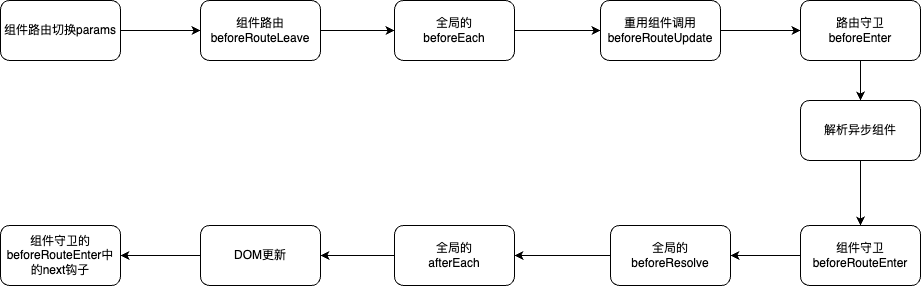
The draw.io diagram VueRouter:守卫执行顺序.drawio.png in JYbill/draw, before a commit. Source tidied: cells renumbered, new cells last; positions are measured from the earlier drawing's top-left corner, leaving out a move shared by most shapes. The source it was exported from:
```xml
<mxGraphModel>
  <root>
    <mxCell id="0" />
    <mxCell id="1" parent="0" />
    <mxCell id="2" style="edgeStyle=orthogonalEdgeStyle;rounded=0;jettySize=auto;html=1;exitX=1;exitY=0.5;exitDx=0;exitDy=0;entryX=0;entryY=0.5;entryDx=0;entryDy=0;" parent="1" edge="1" source="3" target="5">
      <mxGeometry relative="1" as="geometry" />
    </mxCell>
    <mxCell id="3" value="组件路由切换params" style="rounded=1;whiteSpace=wrap;html=1;" parent="1" vertex="1">
      <mxGeometry width="120" height="60" as="geometry" />
    </mxCell>
    <mxCell id="4" style="edgeStyle=orthogonalEdgeStyle;rounded=0;jettySize=auto;html=1;exitX=1;exitY=0.5;exitDx=0;exitDy=0;" parent="1" edge="1" source="5" target="7">
      <mxGeometry relative="1" as="geometry" />
    </mxCell>
    <mxCell id="5" value="组件路由beforeRouteLeave" style="rounded=1;whiteSpace=wrap;html=1;" parent="1" vertex="1">
      <mxGeometry x="200" width="120" height="60" as="geometry" />
    </mxCell>
    <mxCell id="6" style="edgeStyle=orthogonalEdgeStyle;rounded=0;jettySize=auto;html=1;exitX=1;exitY=0.5;exitDx=0;exitDy=0;entryX=0;entryY=0.5;entryDx=0;entryDy=0;" parent="1" edge="1" source="7" target="9">
      <mxGeometry relative="1" as="geometry" />
    </mxCell>
    <mxCell id="7" value="全局的&lt;br&gt;beforeEach" style="rounded=1;whiteSpace=wrap;html=1;" parent="1" vertex="1">
      <mxGeometry x="394" width="120" height="60" as="geometry" />
    </mxCell>
    <mxCell id="8" style="edgeStyle=orthogonalEdgeStyle;rounded=0;jettySize=auto;html=1;exitX=1;exitY=0.5;exitDx=0;exitDy=0;entryX=0;entryY=0.5;entryDx=0;entryDy=0;" parent="1" edge="1" source="9" target="11">
      <mxGeometry relative="1" as="geometry" />
    </mxCell>
    <mxCell id="9" value="重用组件调用&lt;br&gt;beforeRouteUpdate" style="rounded=1;whiteSpace=wrap;html=1;" parent="1" vertex="1">
      <mxGeometry x="600" width="120" height="60" as="geometry" />
    </mxCell>
    <mxCell id="10" style="edgeStyle=orthogonalEdgeStyle;rounded=0;jettySize=auto;html=1;exitX=0.5;exitY=1;exitDx=0;exitDy=0;" parent="1" edge="1" source="11" target="13">
      <mxGeometry relative="1" as="geometry" />
    </mxCell>
    <mxCell id="11" value="路由守卫&lt;br&gt;beforeEnter" style="rounded=1;whiteSpace=wrap;html=1;" parent="1" vertex="1">
      <mxGeometry x="800" width="120" height="60" as="geometry" />
    </mxCell>
    <mxCell id="12" style="edgeStyle=orthogonalEdgeStyle;rounded=0;jettySize=auto;html=1;exitX=0.5;exitY=1;exitDx=0;exitDy=0;entryX=0.5;entryY=0;entryDx=0;entryDy=0;" parent="1" edge="1" source="13" target="15">
      <mxGeometry relative="1" as="geometry" />
    </mxCell>
    <mxCell id="13" value="解析异步组件" style="rounded=1;whiteSpace=wrap;html=1;" parent="1" vertex="1">
      <mxGeometry x="800" y="100" width="120" height="60" as="geometry" />
    </mxCell>
    <mxCell id="14" style="edgeStyle=orthogonalEdgeStyle;rounded=0;jettySize=auto;html=1;exitX=0;exitY=0.5;exitDx=0;exitDy=0;" parent="1" edge="1" source="15" target="17">
      <mxGeometry relative="1" as="geometry" />
    </mxCell>
    <mxCell id="15" value="组件守卫&lt;br&gt;beforeRouteEnter" style="rounded=1;whiteSpace=wrap;html=1;" parent="1" vertex="1">
      <mxGeometry x="800" y="225" width="120" height="60" as="geometry" />
    </mxCell>
    <mxCell id="16" style="edgeStyle=orthogonalEdgeStyle;rounded=0;jettySize=auto;html=1;exitX=0;exitY=0.5;exitDx=0;exitDy=0;" parent="1" edge="1" source="17" target="19">
      <mxGeometry relative="1" as="geometry" />
    </mxCell>
    <mxCell id="17" value="全局的&lt;br&gt;beforeResolve" style="rounded=1;whiteSpace=wrap;html=1;" parent="1" vertex="1">
      <mxGeometry x="610" y="225" width="120" height="60" as="geometry" />
    </mxCell>
    <mxCell id="18" style="edgeStyle=orthogonalEdgeStyle;rounded=0;jettySize=auto;html=1;exitX=0;exitY=0.5;exitDx=0;exitDy=0;" parent="1" edge="1" source="19" target="21">
      <mxGeometry relative="1" as="geometry" />
    </mxCell>
    <mxCell id="19" value="全局的&lt;br&gt;afterEach" style="rounded=1;whiteSpace=wrap;html=1;" parent="1" vertex="1">
      <mxGeometry x="394" y="225" width="120" height="60" as="geometry" />
    </mxCell>
    <mxCell id="20" style="edgeStyle=orthogonalEdgeStyle;rounded=0;jettySize=auto;html=1;exitX=0;exitY=0.5;exitDx=0;exitDy=0;entryX=1;entryY=0.5;entryDx=0;entryDy=0;" parent="1" edge="1" source="21" target="22">
      <mxGeometry relative="1" as="geometry" />
    </mxCell>
    <mxCell id="21" value="DOM更新" style="rounded=1;whiteSpace=wrap;html=1;" parent="1" vertex="1">
      <mxGeometry x="200" y="225" width="120" height="60" as="geometry" />
    </mxCell>
    <mxCell id="22" value="组件守卫的&lt;br&gt;beforeRouteEnter中的next钩子" style="rounded=1;whiteSpace=wrap;html=1;" parent="1" vertex="1">
      <mxGeometry y="225" width="120" height="60" as="geometry" />
    </mxCell>
  </root>
</mxGraphModel>
```
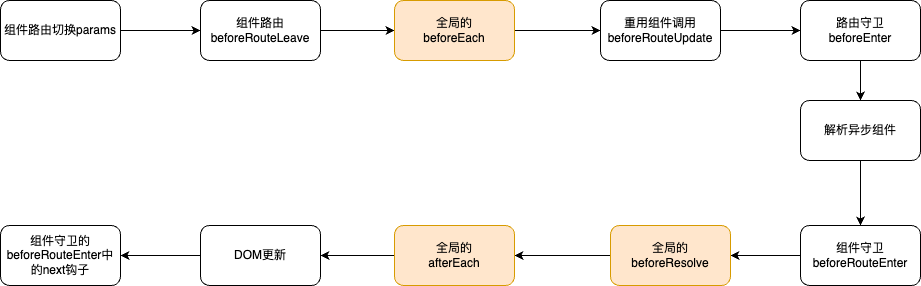
The same file after the commit.

Commit message:
更新VueRouter:守卫执行顺序.drawio.png

Change to the diagram source:
```diff
@@ -17,7 +17,7 @@
     <mxCell id="6" style="edgeStyle=orthogonalEdgeStyle;rounded=0;jettySize=auto;html=1;exitX=1;exitY=0.5;exitDx=0;exitDy=0;entryX=0;entryY=0.5;entryDx=0;entryDy=0;" parent="1" edge="1" source="7" target="9">
       <mxGeometry relative="1" as="geometry" />
     </mxCell>
-    <mxCell id="7" value="全局的&lt;br&gt;beforeEach" style="rounded=1;whiteSpace=wrap;html=1;" parent="1" vertex="1">
+    <mxCell id="7" value="全局的&lt;br&gt;beforeEach" style="rounded=1;whiteSpace=wrap;html=1;fillColor=#ffe6cc;strokeColor=#d79b00;" parent="1" vertex="1">
       <mxGeometry x="394" width="120" height="60" as="geometry" />
     </mxCell>
     <mxCell id="8" style="edgeStyle=orthogonalEdgeStyle;rounded=0;jettySize=auto;html=1;exitX=1;exitY=0.5;exitDx=0;exitDy=0;entryX=0;entryY=0.5;entryDx=0;entryDy=0;" parent="1" edge="1" source="9" target="11">
@@ -47,13 +47,13 @@
     <mxCell id="16" style="edgeStyle=orthogonalEdgeStyle;rounded=0;jettySize=auto;html=1;exitX=0;exitY=0.5;exitDx=0;exitDy=0;" parent="1" edge="1" source="17" target="19">
       <mxGeometry relative="1" as="geometry" />
     </mxCell>
-    <mxCell id="17" value="全局的&lt;br&gt;beforeResolve" style="rounded=1;whiteSpace=wrap;html=1;" parent="1" vertex="1">
+    <mxCell id="17" value="全局的&lt;br&gt;beforeResolve" style="rounded=1;whiteSpace=wrap;html=1;fillColor=#ffe6cc;strokeColor=#d79b00;" parent="1" vertex="1">
       <mxGeometry x="610" y="225" width="120" height="60" as="geometry" />
     </mxCell>
     <mxCell id="18" style="edgeStyle=orthogonalEdgeStyle;rounded=0;jettySize=auto;html=1;exitX=0;exitY=0.5;exitDx=0;exitDy=0;" parent="1" edge="1" source="19" target="21">
       <mxGeometry relative="1" as="geometry" />
     </mxCell>
-    <mxCell id="19" value="全局的&lt;br&gt;afterEach" style="rounded=1;whiteSpace=wrap;html=1;" parent="1" vertex="1">
+    <mxCell id="19" value="全局的&lt;br&gt;afterEach" style="rounded=1;whiteSpace=wrap;html=1;fillColor=#ffe6cc;strokeColor=#d79b00;" parent="1" vertex="1">
       <mxGeometry x="394" y="225" width="120" height="60" as="geometry" />
     </mxCell>
     <mxCell id="20" style="edgeStyle=orthogonalEdgeStyle;rounded=0;jettySize=auto;html=1;exitX=0;exitY=0.5;exitDx=0;exitDy=0;entryX=1;entryY=0.5;entryDx=0;entryDy=0;" parent="1" edge="1" source="21" target="22">
```
